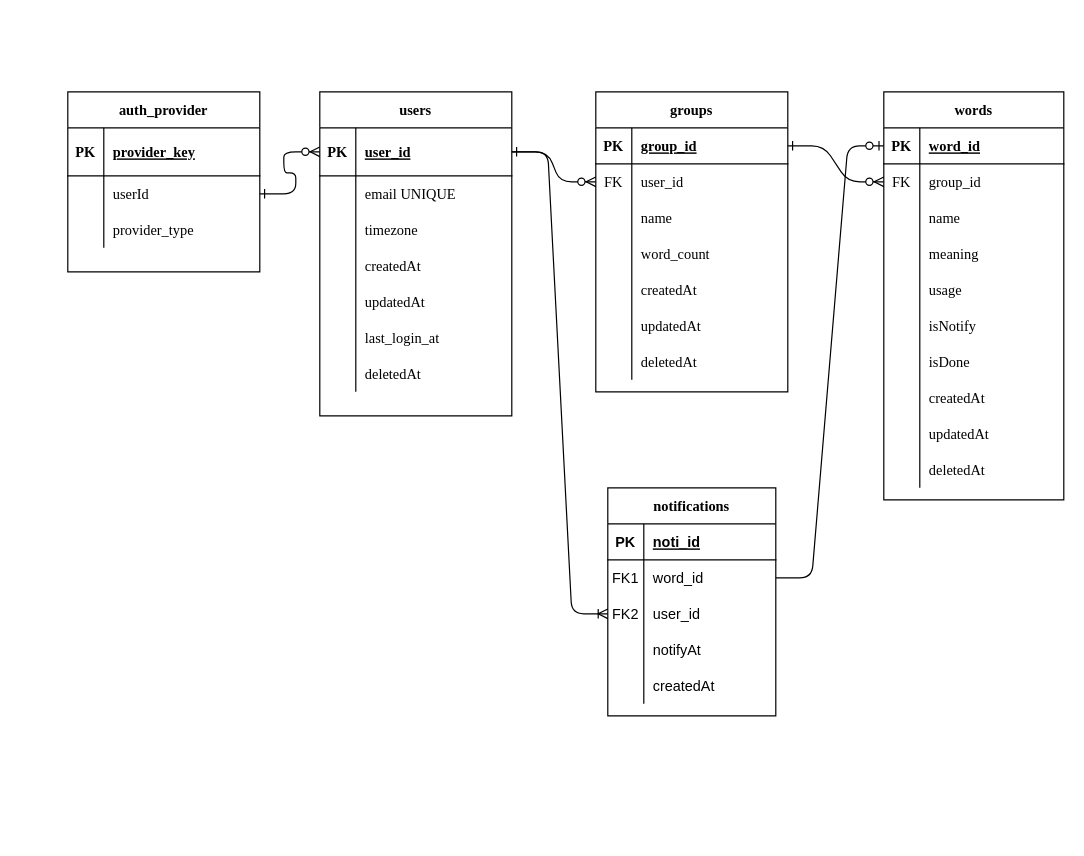
Before: page "Page-1" (1 of 2) of schema.drawio in stay7/oneway-server, a draw.io diagram. Source tidied: cells renumbered, new cells numbered last; positions are measured from the earlier drawing's top-left corner, leaving out a move shared by most shapes. Both pictures are drawn from the tidied source at 120%, with x=0, y=0 at pixel (67, 91).
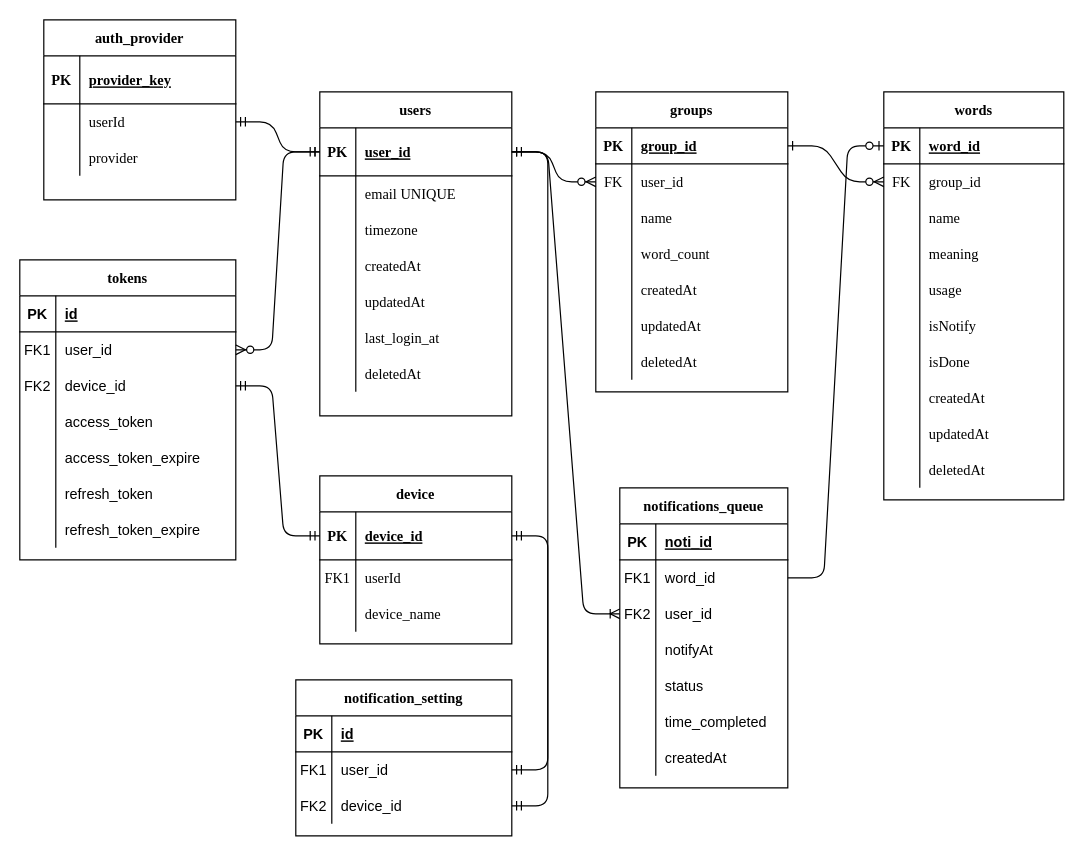
After the change.

Unchanged cells that the change refers to:
```xml
<mxCell id="58" style="shape=partialRectangle;fillColor=none;points=[[0,0.5],[1,0.5]];portConstraint=eastwest;top=0;left=0;right=0;bottom=1;fontFamily=Garamond;" parent="57" vertex="1">
  <mxGeometry y="30" width="160" height="40" as="geometry" />
</mxCell>
<mxCell id="101" style="shape=partialRectangle;fillColor=none;points=[[0,0.5],[1,0.5]];portConstraint=eastwest;top=0;left=0;right=0;bottom=0;fontFamily=Garamond;" parent="97" vertex="1">
  <mxGeometry y="70" width="160" height="30" as="geometry" />
</mxCell>
<mxCell id="104" style="shape=partialRectangle;fillColor=none;top=0;left=0;right=0;bottom=0;fontFamily=Garamond;" parent="97" vertex="1">
  <mxGeometry y="100" width="160" height="30" as="geometry" />
</mxCell>
```

What changed in the source:
```diff
@@
-    <mxCell id="79" value="notifications" style="shape=table;startSize=30;childLayout=tableLayout;rowLines=0;fontStyle=1;align=center;fontFamily=Garamond;" parent="1" vertex="1">
-      <mxGeometry x="450" y="330" width="140" height="190" as="geometry" />
+    <mxCell id="79" value="notifications_queue" style="shape=table;startSize=30;childLayout=tableLayout;rowLines=0;fontStyle=1;align=center;fontFamily=Garamond;" parent="1" vertex="1">
+      <mxGeometry x="460" y="330" width="140" height="250" as="geometry" />
     </mxCell>
@@
+    <mxCell id="108" style="shape=partialRectangle;fillColor=none;top=0;left=0;bottom=0;right=0;" parent="79" vertex="1">
+      <mxGeometry y="150" width="140" height="30" as="geometry" />
+    </mxCell>
+    <mxCell id="109" style="shape=partialRectangle;fillColor=none;top=0;left=0;bottom=0;right=0;overflow=hidden;" parent="108" vertex="1">
+      <mxGeometry width="30" height="30" as="geometry" />
+    </mxCell>
+    <mxCell id="110" value="status" style="shape=partialRectangle;fillColor=none;top=0;left=0;bottom=0;right=0;align=left;spacingLeft=6;overflow=hidden;" parent="108" vertex="1">
+      <mxGeometry x="30" width="110" height="30" as="geometry" />
+    </mxCell>
+    <mxCell id="111" style="shape=partialRectangle;fillColor=none;top=0;left=0;bottom=0;right=0;" parent="79" vertex="1">
+      <mxGeometry y="180" width="140" height="30" as="geometry" />
+    </mxCell>
+    <mxCell id="112" style="shape=partialRectangle;fillColor=none;top=0;left=0;bottom=0;right=0;overflow=hidden;" parent="111" vertex="1">
+      <mxGeometry width="30" height="30" as="geometry" />
+    </mxCell>
+    <mxCell id="113" value="time_completed" style="shape=partialRectangle;fillColor=none;top=0;left=0;bottom=0;right=0;align=left;spacingLeft=6;overflow=hidden;" parent="111" vertex="1">
+      <mxGeometry x="30" width="110" height="30" as="geometry" />
+    </mxCell>
     <mxCell id="92" style="shape=partialRectangle;fillColor=none;top=0;left=0;bottom=0;right=0;" parent="79" vertex="1">
-      <mxGeometry y="150" width="140" height="30" as="geometry" />
+      <mxGeometry y="210" width="140" height="30" as="geometry" />
     </mxCell>
@@
     <mxCell id="97" value="auth_provider" style="shape=table;startSize=30;childLayout=tableLayout;rowLines=0;fontStyle=1;align=center;fontFamily=Garamond;" parent="1" vertex="1">
-      <mxGeometry width="160" height="150" as="geometry" />
+      <mxGeometry x="-20" y="-60" width="160" height="150" as="geometry" />
     </mxCell>
@@
-    <mxCell id="106" value="provider_type" style="shape=partialRectangle;overflow=hidden;fillColor=none;top=0;left=0;bottom=0;right=0;align=left;spacingLeft=6;fontFamily=Garamond;" parent="104" vertex="1">
+    <mxCell id="106" value="provider" style="shape=partialRectangle;overflow=hidden;fillColor=none;top=0;left=0;bottom=0;right=0;align=left;spacingLeft=6;fontFamily=Garamond;" parent="104" vertex="1">
       <mxGeometry x="30" width="130" height="30" as="geometry" />
     </mxCell>
-    <mxCell id="107" style="edgeStyle=entityRelationEdgeStyle;endArrow=ERzeroToMany;startArrow=ERone;endFill=1;startFill=0;fontFamily=Garamond;exitX=1;exitY=0.5;exitDx=0;exitDy=0;entryX=0;entryY=0.5;entryDx=0;entryDy=0;" parent="1" edge="1" source="101" target="58">
-      <mxGeometry relative="1" as="geometry" />
-    </mxCell>
+    <mxCell id="114" value="tokens" style="shape=table;startSize=30;childLayout=tableLayout;rowLines=0;fontStyle=1;align=center;fontFamily=Garamond;" parent="1" vertex="1">
+      <mxGeometry x="-40" y="140" width="180" height="250" as="geometry" />
+    </mxCell>
+    <mxCell id="115" style="shape=partialRectangle;fillColor=none;top=0;left=0;bottom=1;right=0;" parent="114" vertex="1">
+      <mxGeometry y="30" width="180" height="30" as="geometry" />
+    </mxCell>
+    <mxCell id="116" value="PK" style="shape=partialRectangle;fillColor=none;top=0;left=0;bottom=0;right=0;fontStyle=1;overflow=hidden;" parent="115" vertex="1">
+      <mxGeometry width="30" height="30" as="geometry" />
+    </mxCell>
+    <mxCell id="117" value="id" style="shape=partialRectangle;fillColor=none;top=0;left=0;bottom=0;right=0;align=left;spacingLeft=6;fontStyle=5;overflow=hidden;" parent="115" vertex="1">
+      <mxGeometry x="30" width="150" height="30" as="geometry" />
+    </mxCell>
+    <mxCell id="118" style="shape=partialRectangle;fillColor=none;top=0;left=0;bottom=0;right=0;points=[[0,0.5],[1,0.5]];portConstraint=eastwest;" parent="114" vertex="1">
+      <mxGeometry y="60" width="180" height="30" as="geometry" />
+    </mxCell>
+    <mxCell id="119" value="FK1" style="shape=partialRectangle;fillColor=none;top=0;left=0;bottom=0;right=0;overflow=hidden;" parent="118" vertex="1">
+      <mxGeometry width="30" height="30" as="geometry" />
+    </mxCell>
+    <mxCell id="120" value="user_id" style="shape=partialRectangle;fillColor=none;top=0;left=0;bottom=0;right=0;align=left;spacingLeft=6;overflow=hidden;" parent="118" vertex="1">
+      <mxGeometry x="30" width="150" height="30" as="geometry" />
+    </mxCell>
+    <mxCell id="121" style="shape=partialRectangle;fillColor=none;top=0;left=0;bottom=0;right=0;points=[[0,0.5],[1,0.5]];portConstraint=eastwest;" parent="114" vertex="1">
+      <mxGeometry y="90" width="180" height="30" as="geometry" />
+    </mxCell>
+    <mxCell id="122" value="FK2" style="shape=partialRectangle;fillColor=none;top=0;left=0;bottom=0;right=0;overflow=hidden;" parent="121" vertex="1">
+      <mxGeometry width="30" height="30" as="geometry" />
+    </mxCell>
+    <mxCell id="123" value="device_id" style="shape=partialRectangle;fillColor=none;top=0;left=0;bottom=0;right=0;align=left;spacingLeft=6;overflow=hidden;" parent="121" vertex="1">
+      <mxGeometry x="30" width="150" height="30" as="geometry" />
+    </mxCell>
+    <mxCell id="124" style="shape=partialRectangle;fillColor=none;top=0;left=0;bottom=0;right=0;" parent="114" vertex="1">
+      <mxGeometry y="120" width="180" height="30" as="geometry" />
+    </mxCell>
+    <mxCell id="125" style="shape=partialRectangle;fillColor=none;top=0;left=0;bottom=0;right=0;overflow=hidden;" parent="124" vertex="1">
+      <mxGeometry width="30" height="30" as="geometry" />
+    </mxCell>
+    <mxCell id="126" value="access_token" style="shape=partialRectangle;fillColor=none;top=0;left=0;bottom=0;right=0;align=left;spacingLeft=6;overflow=hidden;" parent="124" vertex="1">
+      <mxGeometry x="30" width="150" height="30" as="geometry" />
+    </mxCell>
+    <mxCell id="127" style="shape=partialRectangle;fillColor=none;top=0;left=0;bottom=0;right=0;" parent="114" vertex="1">
+      <mxGeometry y="150" width="180" height="30" as="geometry" />
+    </mxCell>
+    <mxCell id="128" style="shape=partialRectangle;fillColor=none;top=0;left=0;bottom=0;right=0;overflow=hidden;" parent="127" vertex="1">
+      <mxGeometry width="30" height="30" as="geometry" />
+    </mxCell>
+    <mxCell id="129" value="access_token_expire" style="shape=partialRectangle;fillColor=none;top=0;left=0;bottom=0;right=0;align=left;spacingLeft=6;overflow=hidden;" parent="127" vertex="1">
+      <mxGeometry x="30" width="150" height="30" as="geometry" />
+    </mxCell>
+    <mxCell id="130" style="shape=partialRectangle;fillColor=none;top=0;left=0;bottom=0;right=0;" parent="114" vertex="1">
+      <mxGeometry y="180" width="180" height="30" as="geometry" />
+    </mxCell>
+    <mxCell id="131" style="shape=partialRectangle;fillColor=none;top=0;left=0;bottom=0;right=0;overflow=hidden;" parent="130" vertex="1">
+      <mxGeometry width="30" height="30" as="geometry" />
+    </mxCell>
+    <mxCell id="132" value="refresh_token" style="shape=partialRectangle;fillColor=none;top=0;left=0;bottom=0;right=0;align=left;spacingLeft=6;overflow=hidden;" parent="130" vertex="1">
+      <mxGeometry x="30" width="150" height="30" as="geometry" />
+    </mxCell>
+    <mxCell id="133" style="shape=partialRectangle;fillColor=none;top=0;left=0;bottom=0;right=0;" parent="114" vertex="1">
+      <mxGeometry y="210" width="180" height="30" as="geometry" />
+    </mxCell>
+    <mxCell id="134" style="shape=partialRectangle;fillColor=none;top=0;left=0;bottom=0;right=0;overflow=hidden;" parent="133" vertex="1">
+      <mxGeometry width="30" height="30" as="geometry" />
+    </mxCell>
+    <mxCell id="135" value="refresh_token_expire" style="shape=partialRectangle;fillColor=none;top=0;left=0;bottom=0;right=0;align=left;spacingLeft=6;overflow=hidden;" parent="133" vertex="1">
+      <mxGeometry x="30" width="150" height="30" as="geometry" />
+    </mxCell>
+    <mxCell id="136" style="edgeStyle=entityRelationEdgeStyle;endArrow=ERzeroToMany;startArrow=ERone;endFill=1;startFill=0;fontFamily=Garamond;exitX=0;exitY=0.5;exitDx=0;exitDy=0;" parent="1" edge="1" source="58" target="118">
+      <mxGeometry relative="1" as="geometry" />
+    </mxCell>
+    <mxCell id="137" style="edgeStyle=entityRelationEdgeStyle;fontSize=12;html=1;endArrow=ERmandOne;startArrow=ERmandOne;exitX=1;exitY=0.5;exitDx=0;exitDy=0;" parent="1" edge="1" source="101">
+      <mxGeometry relative="1" as="geometry">
+        <mxPoint x="210" y="50" as="targetPoint" />
+      </mxGeometry>
+    </mxCell>
+    <mxCell id="138" value="device" style="shape=table;startSize=30;childLayout=tableLayout;rowLines=0;fontStyle=1;align=center;fontFamily=Garamond;" parent="1" vertex="1">
+      <mxGeometry x="210" y="320" width="160" height="140" as="geometry" />
+    </mxCell>
+    <mxCell id="139" style="shape=partialRectangle;fillColor=none;points=[[0,0.5],[1,0.5]];portConstraint=eastwest;top=0;left=0;right=0;bottom=1;fontFamily=Garamond;" parent="138" vertex="1">
+      <mxGeometry y="30" width="160" height="40" as="geometry" />
+    </mxCell>
+    <mxCell id="140" value="PK" style="shape=partialRectangle;overflow=hidden;fillColor=none;top=0;left=0;bottom=0;right=0;fontStyle=1;fontFamily=Garamond;" parent="139" vertex="1">
+      <mxGeometry width="30" height="40" as="geometry" />
+    </mxCell>
+    <mxCell id="141" value="device_id" style="shape=partialRectangle;overflow=hidden;fillColor=none;top=0;left=0;bottom=0;right=0;align=left;spacingLeft=6;fontStyle=5;fontFamily=Garamond;" parent="139" vertex="1">
+      <mxGeometry x="30" width="130" height="40" as="geometry" />
+    </mxCell>
+    <mxCell id="142" style="shape=partialRectangle;fillColor=none;top=0;left=0;right=0;bottom=0;fontFamily=Garamond;" parent="138" vertex="1">
+      <mxGeometry y="70" width="160" height="30" as="geometry" />
+    </mxCell>
+    <mxCell id="143" value="FK1" style="shape=partialRectangle;overflow=hidden;fillColor=none;top=0;left=0;bottom=0;right=0;fontFamily=Garamond;" parent="142" vertex="1">
+      <mxGeometry width="30" height="30" as="geometry" />
+    </mxCell>
+    <mxCell id="144" value="userId" style="shape=partialRectangle;overflow=hidden;fillColor=none;top=0;left=0;bottom=0;right=0;align=left;spacingLeft=6;fontFamily=Garamond;" parent="142" vertex="1">
+      <mxGeometry x="30" width="130" height="30" as="geometry" />
+    </mxCell>
+    <mxCell id="145" style="shape=partialRectangle;fillColor=none;top=0;left=0;right=0;bottom=0;fontFamily=Garamond;" parent="138" vertex="1">
+      <mxGeometry y="100" width="160" height="30" as="geometry" />
+    </mxCell>
+    <mxCell id="146" style="shape=partialRectangle;overflow=hidden;fillColor=none;top=0;left=0;bottom=0;right=0;fontFamily=Garamond;" parent="145" vertex="1">
+      <mxGeometry width="30" height="30" as="geometry" />
+    </mxCell>
+    <mxCell id="147" value="device_name" style="shape=partialRectangle;overflow=hidden;fillColor=none;top=0;left=0;bottom=0;right=0;align=left;spacingLeft=6;fontFamily=Garamond;" parent="145" vertex="1">
+      <mxGeometry x="30" width="130" height="30" as="geometry" />
+    </mxCell>
+    <mxCell id="148" style="edgeStyle=entityRelationEdgeStyle;fontSize=12;html=1;endArrow=ERmandOne;startArrow=ERmandOne;exitX=1;exitY=0.5;exitDx=0;exitDy=0;entryX=0;entryY=0.5;entryDx=0;entryDy=0;" parent="1" edge="1" source="121" target="139">
+      <mxGeometry relative="1" as="geometry" />
+    </mxCell>
+    <mxCell id="149" value="notification_setting" style="shape=table;startSize=30;childLayout=tableLayout;rowLines=0;fontStyle=1;align=center;fontFamily=Garamond;" parent="1" vertex="1">
+      <mxGeometry x="190" y="490" width="180" height="130" as="geometry" />
+    </mxCell>
+    <mxCell id="150" style="shape=partialRectangle;fillColor=none;top=0;left=0;bottom=1;right=0;" parent="149" vertex="1">
+      <mxGeometry y="30" width="180" height="30" as="geometry" />
+    </mxCell>
+    <mxCell id="151" value="PK" style="shape=partialRectangle;fillColor=none;top=0;left=0;bottom=0;right=0;fontStyle=1;overflow=hidden;" parent="150" vertex="1">
+      <mxGeometry width="30" height="30" as="geometry" />
+    </mxCell>
+    <mxCell id="152" value="id" style="shape=partialRectangle;fillColor=none;top=0;left=0;bottom=0;right=0;align=left;spacingLeft=6;fontStyle=5;overflow=hidden;" parent="150" vertex="1">
+      <mxGeometry x="30" width="150" height="30" as="geometry" />
+    </mxCell>
+    <mxCell id="153" style="shape=partialRectangle;fillColor=none;top=0;left=0;bottom=0;right=0;points=[[0,0.5],[1,0.5]];portConstraint=eastwest;" parent="149" vertex="1">
+      <mxGeometry y="60" width="180" height="30" as="geometry" />
+    </mxCell>
+    <mxCell id="154" value="FK1" style="shape=partialRectangle;fillColor=none;top=0;left=0;bottom=0;right=0;overflow=hidden;" parent="153" vertex="1">
+      <mxGeometry width="30" height="30" as="geometry" />
+    </mxCell>
+    <mxCell id="155" value="user_id" style="shape=partialRectangle;fillColor=none;top=0;left=0;bottom=0;right=0;align=left;spacingLeft=6;overflow=hidden;" parent="153" vertex="1">
+      <mxGeometry x="30" width="150" height="30" as="geometry" />
+    </mxCell>
+    <mxCell id="156" style="shape=partialRectangle;fillColor=none;top=0;left=0;bottom=0;right=0;points=[[0,0.5],[1,0.5]];portConstraint=eastwest;" parent="149" vertex="1">
+      <mxGeometry y="90" width="180" height="30" as="geometry" />
+    </mxCell>
+    <mxCell id="157" value="FK2" style="shape=partialRectangle;fillColor=none;top=0;left=0;bottom=0;right=0;overflow=hidden;" parent="156" vertex="1">
+      <mxGeometry width="30" height="30" as="geometry" />
+    </mxCell>
+    <mxCell id="158" value="device_id" style="shape=partialRectangle;fillColor=none;top=0;left=0;bottom=0;right=0;align=left;spacingLeft=6;overflow=hidden;" parent="156" vertex="1">
+      <mxGeometry x="30" width="150" height="30" as="geometry" />
+    </mxCell>
+    <mxCell id="159" style="edgeStyle=entityRelationEdgeStyle;fontSize=12;html=1;endArrow=ERmandOne;startArrow=ERmandOne;exitX=1;exitY=0.5;exitDx=0;exitDy=0;entryX=1;entryY=0.5;entryDx=0;entryDy=0;" parent="1" edge="1" source="156" target="139">
+      <mxGeometry relative="1" as="geometry" />
+    </mxCell>
+    <mxCell id="160" style="edgeStyle=entityRelationEdgeStyle;fontSize=12;html=1;endArrow=ERmandOne;startArrow=ERmandOne;exitX=1;exitY=0.5;exitDx=0;exitDy=0;entryX=1;entryY=0.5;entryDx=0;entryDy=0;" parent="1" edge="1" source="153" target="58">
+      <mxGeometry relative="1" as="geometry" />
+    </mxCell>
```
